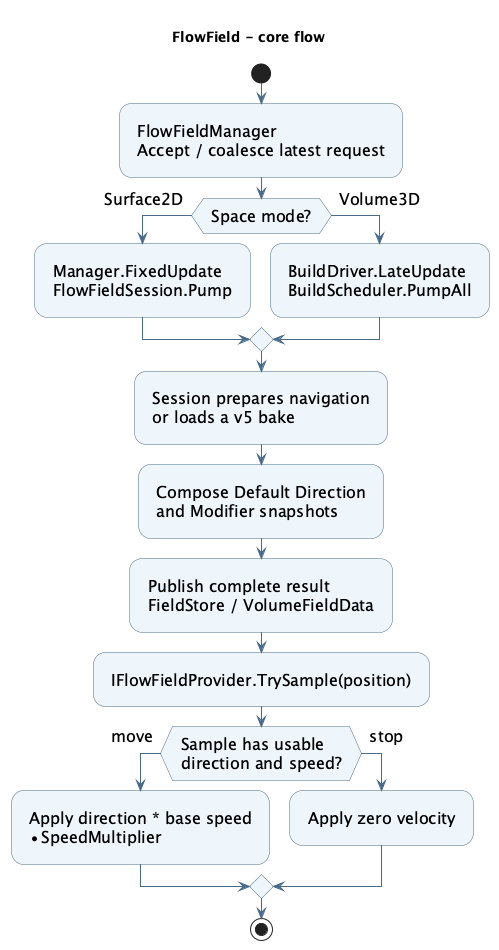
Earlier version of the PlantUML export ToyProject/Assets/_FlowField/Docs/Images/flowfield-uml.png (youwonsock/tool-unity-editor).
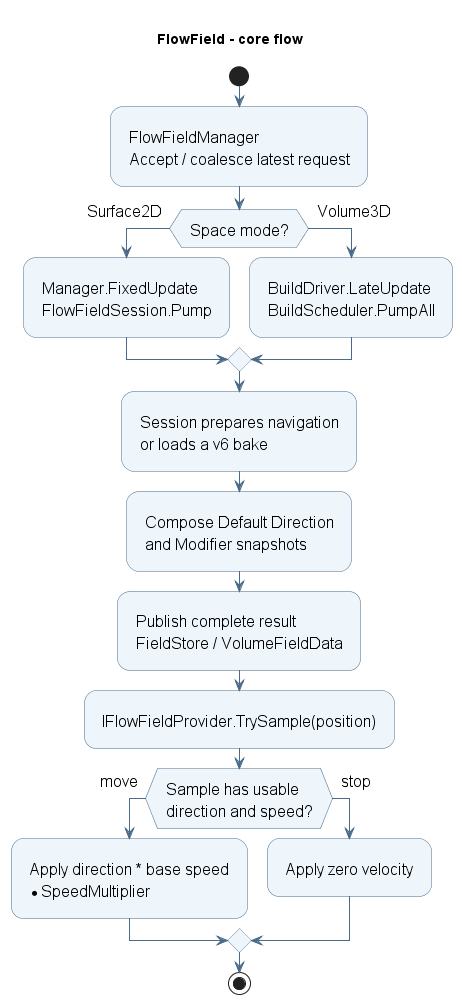
After the change.

Commit message:
FlowField 문서 최신화: v6 베이크, Modifier 규칙, 성능·검증 기록

The edit, as a diff of the source:
```diff
@@ -15,7 +15,7 @@
 else (Volume3D)
   :BuildDriver.LateUpdate\nBuildScheduler.PumpAll;
 endif
-:Session prepares navigation\nor loads a v5 bake;
+:Session prepares navigation\nor loads a v6 bake;
 :Compose Default Direction\nand Modifier snapshots;
 :Publish complete result\nFieldStore / VolumeFieldData;
 :IFlowFieldProvider.TrySample(position);
```
